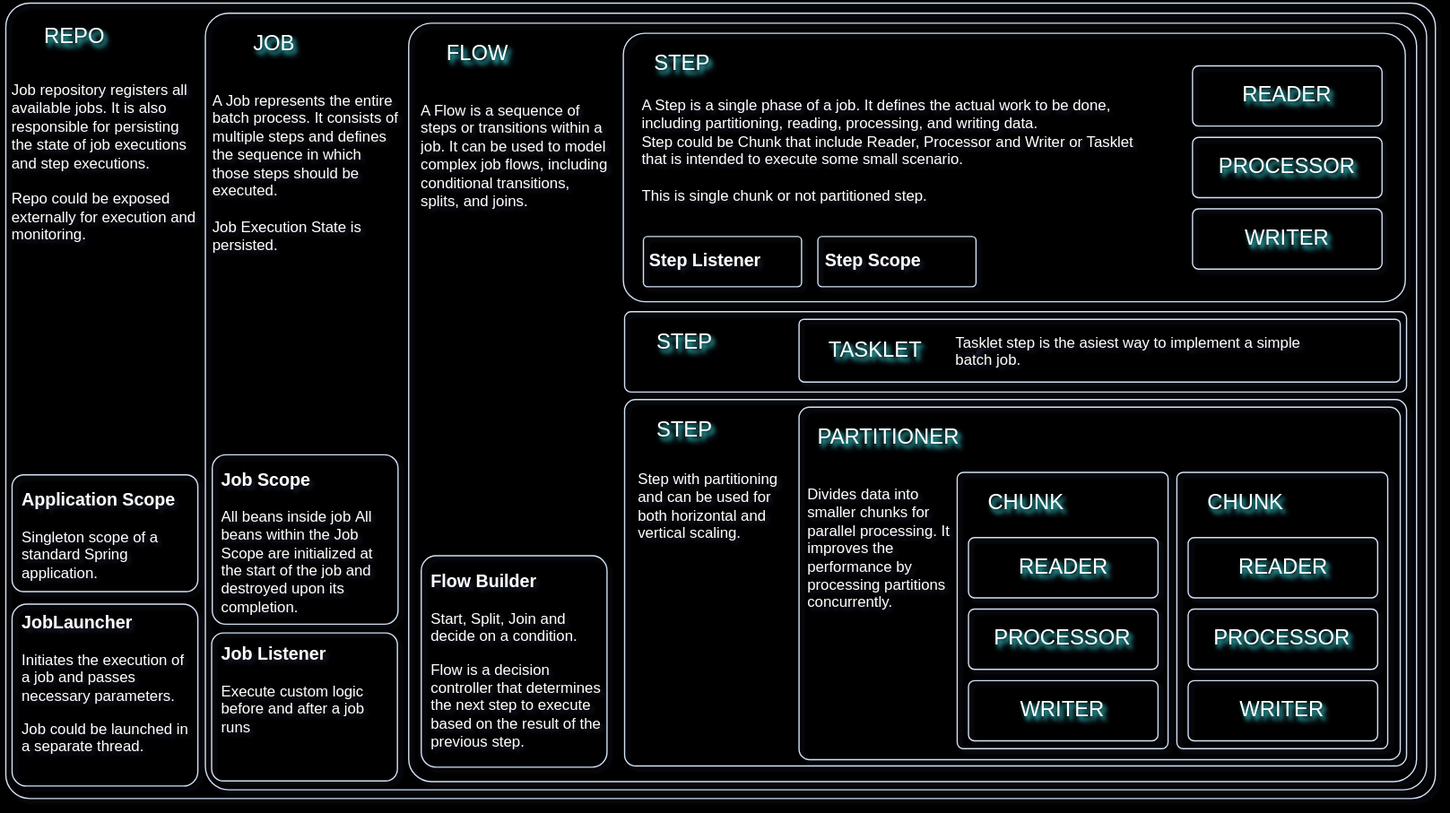
gsaukov/spring-batch-demo keeps this draw.io diagram as public/images/spring-batch-design.drawio.svg. Above is the earlier version. Source tidied: cells renumbered, new cells last; positions are measured from the earlier drawing's top-left corner, leaving out a move shared by most shapes.
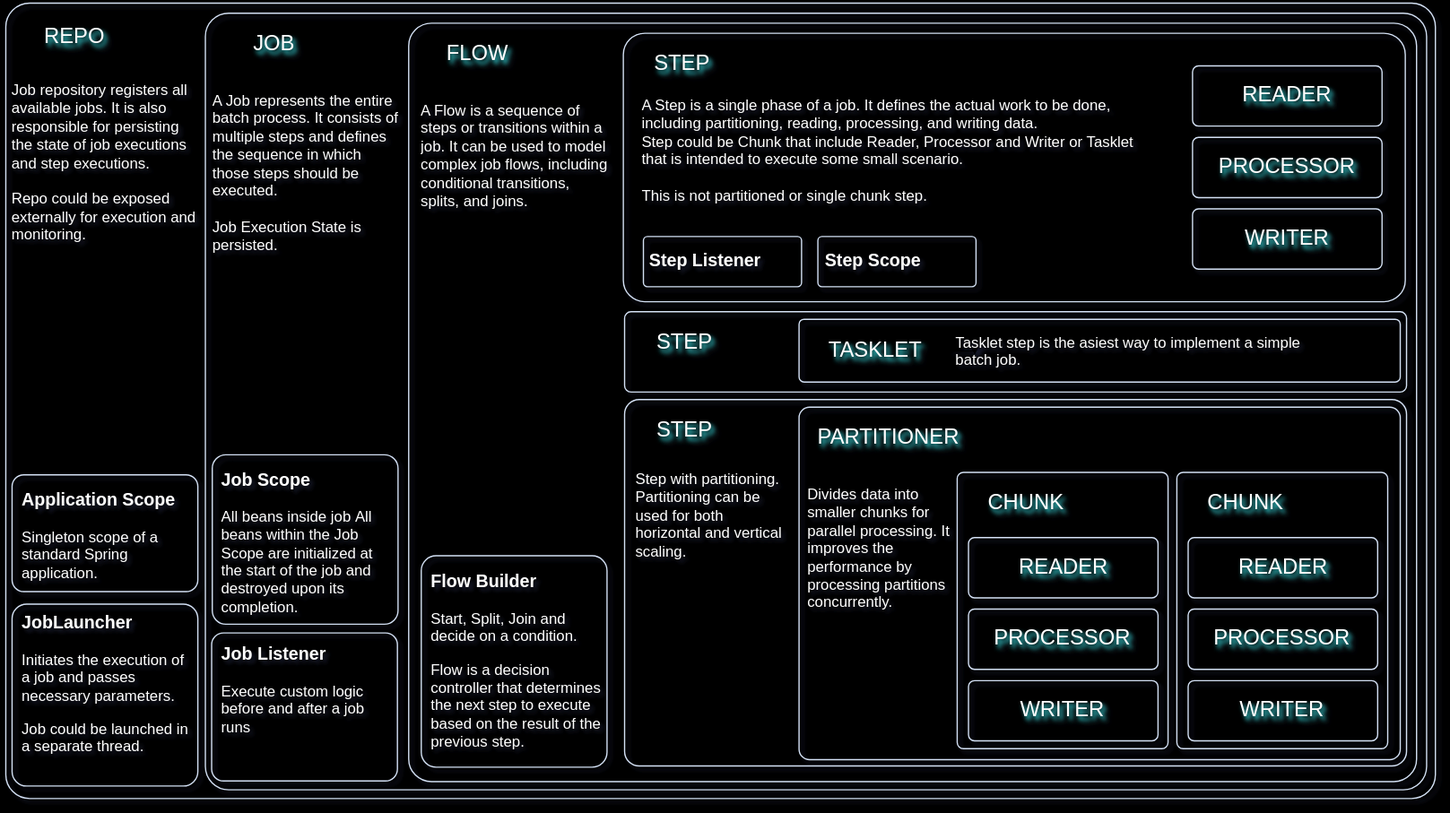
After the commit.

Diff of the diagram source:
```diff
@@ -86,7 +86,7 @@
     <mxCell id="29" style="rounded=1;whiteSpace=wrap;html=1;shadow=0;arcSize=3;fillColor=none;glass=0;perimeterSpacing=0;labelBorderColor=none;shadowOffsetX=2;shadowOpacity=80;shadowColor=#33FFFF;strokeColor=#D4E1F5;strokeWidth=1;shadowBlur=1;" parent="1" vertex="1">
       <mxGeometry x="632" y="322" width="479" height="281" as="geometry" />
     </mxCell>
-    <mxCell id="30" style="rounded=1;whiteSpace=wrap;html=1;shadow=0;arcSize=3;fillColor=none;glass=0;perimeterSpacing=0;labelBorderColor=none;shadowOffsetX=2;shadowOpacity=80;shadowColor=#33FFFF;strokeColor=#D4E1F5;strokeWidth=1;shadowBlur=1;" parent="1" vertex="1">
+    <mxCell id="30" style="rounded=1;whiteSpace=wrap;html=1;shadow=0;arcSize=4;fillColor=none;glass=0;perimeterSpacing=0;labelBorderColor=none;shadowOffsetX=2;shadowOpacity=80;shadowColor=#33FFFF;strokeColor=#D4E1F5;strokeWidth=1;shadowBlur=1;" parent="1" vertex="1">
       <mxGeometry x="493" y="316" width="623" height="292" as="geometry" />
     </mxCell>
     <mxCell id="31" value="STEP" style="text;html=1;strokeColor=none;fillColor=none;align=center;verticalAlign=middle;whiteSpace=wrap;rounded=0;shadow=1;sketch=0;shadowColor=#33FFFF;textShadow=1;fontColor=#FFFFFF;shadowOpacity=80;fontSize=17;" parent="1" vertex="1">
@@ -158,7 +158,7 @@
     <mxCell id="53" style="rounded=1;whiteSpace=wrap;html=1;shadow=0;arcSize=8;fillColor=none;glass=0;perimeterSpacing=0;labelBorderColor=none;shadowOffsetX=2;shadowOpacity=80;shadowColor=#33FFFF;strokeColor=#D4E1F5;strokeWidth=1;shadowBlur=1;" parent="1" vertex="1">
       <mxGeometry x="508" y="186" width="126" height="40" as="geometry" />
     </mxCell>
-    <mxCell id="54" value="&lt;p style=&quot;margin-top: 0px; margin-bottom: 0px;&quot;&gt;A Step is a single phase of a job. It defines the actual work to be done, including partitioning, reading, processing, and writing data.&lt;/p&gt;&lt;p style=&quot;margin-top: 0px; margin-bottom: 0px;&quot;&gt;&lt;span style=&quot;background-color: initial;&quot;&gt;Step could be Chunk that include Reader, Processor and Writer or Tasklet that is intended to execute some small scenario.&lt;/span&gt;&lt;br&gt;&lt;/p&gt;&lt;p style=&quot;margin-top: 0px; margin-bottom: 0px;&quot;&gt;&lt;span style=&quot;background-color: initial;&quot;&gt;&lt;br&gt;&lt;/span&gt;&lt;/p&gt;&lt;div&gt;This is single chunk or not partitioned step.&lt;/div&gt;" style="text;html=1;whiteSpace=wrap;overflow=hidden;rounded=0;fontColor=#FFFFFF;spacing=0;" parent="1" vertex="1">
+    <mxCell id="54" value="&lt;p style=&quot;margin-top: 0px; margin-bottom: 0px;&quot;&gt;A Step is a single phase of a job. It defines the actual work to be done, including partitioning, reading, processing, and writing data.&lt;/p&gt;&lt;p style=&quot;margin-top: 0px; margin-bottom: 0px;&quot;&gt;&lt;span style=&quot;background-color: initial;&quot;&gt;Step could be Chunk that include Reader, Processor and Writer or Tasklet that is intended to execute some small scenario.&lt;/span&gt;&lt;br&gt;&lt;/p&gt;&lt;p style=&quot;margin-top: 0px; margin-bottom: 0px;&quot;&gt;&lt;span style=&quot;background-color: initial;&quot;&gt;&lt;br&gt;&lt;/span&gt;&lt;/p&gt;&lt;div&gt;This is not partitioned or&amp;nbsp;&lt;span style=&quot;background-color: initial;&quot;&gt;single chunk&lt;/span&gt;&lt;span style=&quot;background-color: initial;&quot;&gt;&amp;nbsp;step.&lt;/span&gt;&lt;/div&gt;" style="text;html=1;whiteSpace=wrap;overflow=hidden;rounded=0;fontColor=#FFFFFF;spacing=0;" parent="1" vertex="1">
       <mxGeometry x="507" y="70" width="411" height="112" as="geometry" />
     </mxCell>
     <mxCell id="55" value="STEP" style="text;html=1;strokeColor=none;fillColor=none;align=center;verticalAlign=middle;whiteSpace=wrap;rounded=0;shadow=1;sketch=0;shadowColor=#33FFFF;textShadow=1;fontColor=#FFFFFF;shadowOpacity=80;fontSize=17;" parent="1" vertex="1">
@@ -182,8 +182,8 @@
     <mxCell id="61" value="WRITER" style="text;html=1;strokeColor=none;fillColor=none;align=center;verticalAlign=middle;whiteSpace=wrap;rounded=0;shadow=1;sketch=0;shadowColor=#33FFFF;textShadow=1;fontColor=#FFFFFF;shadowOpacity=80;fontSize=17;" parent="1" vertex="1">
       <mxGeometry x="965.5" y="163" width="110" height="50" as="geometry" />
     </mxCell>
-    <mxCell id="62" value="&lt;p style=&quot;margin-top: 0px; margin-bottom: 0px;&quot;&gt;Step with partitioning and can be used for both horizontal and vertical scaling.&lt;/p&gt;" style="text;html=1;whiteSpace=wrap;overflow=hidden;rounded=0;fontColor=#FFFFFF;spacing=0;" parent="1" vertex="1">
-      <mxGeometry x="504" y="368" width="113" height="190" as="geometry" />
+    <mxCell id="62" value="&lt;p style=&quot;margin-top: 0px; margin-bottom: 0px;&quot;&gt;Step with partitioning. Partitioning can be used for both horizontal and vertical scaling.&lt;/p&gt;" style="text;html=1;whiteSpace=wrap;overflow=hidden;rounded=0;fontColor=#FFFFFF;spacing=0;" parent="1" vertex="1">
+      <mxGeometry x="502" y="368" width="118" height="190" as="geometry" />
     </mxCell>
   </root>
 </mxGraphModel>
```
